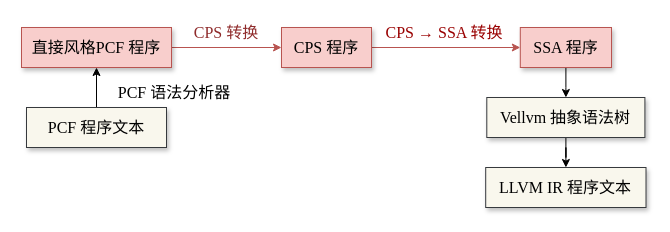
Earlier version of the draw.io diagram thesis/overview.drawio (ABigDoge/MyDiagrams). Source tidied: cells renumbered, new cells numbered last; positions are measured from the earlier drawing's top-left corner, leaving out a move shared by most shapes. Both pictures are drawn from the tidied source at 100%, with x=0, y=0 at pixel (21, 17).
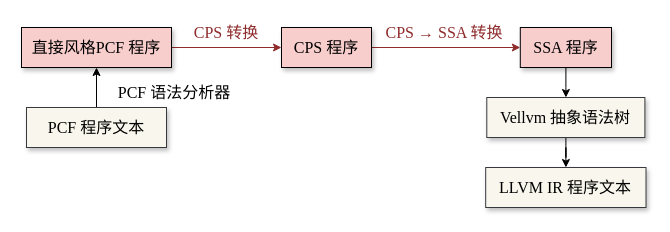
Above is the later version.

Diff of the diagram source:
```diff
@@
 <mxGraphModel>
   <root>
     <mxCell id="0" />
     <mxCell id="1" parent="0" />
-    <mxCell id="2" style="edgeStyle=orthogonalEdgeStyle;rounded=0;jettySize=auto;html=1;fillColor=#f8cecc;strokeColor=#b85450;" parent="1" edge="1" source="3" target="5">
+    <mxCell id="2" style="edgeStyle=orthogonalEdgeStyle;rounded=0;jettySize=auto;html=1;fillColor=#f8cecc;strokeColor=#8F2B2B;shadow=0;strokeWidth=1;" parent="1" edge="1" source="3" target="5">
       <mxGeometry relative="1" as="geometry" />
     </mxCell>
-    <mxCell id="3" value="&lt;span style=&quot;color: rgb(0, 0, 0); font-family: &amp;quot;Times New Roman&amp;quot;; font-size: 16px; font-style: normal; font-variant-ligatures: normal; font-variant-caps: normal; font-weight: 400; letter-spacing: normal; orphans: 2; text-align: center; text-indent: 0px; text-transform: none; widows: 2; word-spacing: 0px; -webkit-text-stroke-width: 0px; text-decoration-thickness: initial; text-decoration-style: initial; text-decoration-color: initial; float: none; display: inline !important;&quot;&gt;CPS 程序&lt;/span&gt;" style="rounded=0;whiteSpace=wrap;html=1;shadow=1;fillColor=#f8cecc;strokeColor=#b85450;labelBackgroundColor=none;" parent="1" vertex="1">
+    <mxCell id="3" value="&lt;span style=&quot;color: rgb(0, 0, 0); font-family: &amp;quot;Times New Roman&amp;quot;; font-size: 16px; font-style: normal; font-variant-ligatures: normal; font-variant-caps: normal; font-weight: 400; letter-spacing: normal; orphans: 2; text-align: center; text-indent: 0px; text-transform: none; widows: 2; word-spacing: 0px; -webkit-text-stroke-width: 0px; text-decoration-thickness: initial; text-decoration-style: initial; text-decoration-color: initial; float: none; display: inline !important;&quot;&gt;CPS 程序&lt;/span&gt;" style="rounded=0;whiteSpace=wrap;html=1;shadow=1;fillColor=#f8cecc;strokeColor=#000000;labelBackgroundColor=none;" parent="1" vertex="1">
       <mxGeometry x="260" y="10" width="90" height="40" as="geometry" />
     </mxCell>
     <mxCell id="4" style="edgeStyle=orthogonalEdgeStyle;rounded=0;jettySize=auto;html=1;" parent="1" edge="1" source="5" target="12">
       <mxGeometry relative="1" as="geometry" />
     </mxCell>
-    <mxCell id="5" value="&lt;font face=&quot;Times New Roman&quot;&gt;&lt;span style=&quot;font-size: 16px;&quot;&gt;SSA 程序&lt;/span&gt;&lt;/font&gt;" style="rounded=0;whiteSpace=wrap;html=1;shadow=1;fillColor=#f8cecc;strokeColor=#b85450;labelBackgroundColor=none;" parent="1" vertex="1">
+    <mxCell id="5" value="&lt;font face=&quot;Times New Roman&quot;&gt;&lt;span style=&quot;font-size: 16px;&quot;&gt;SSA 程序&lt;/span&gt;&lt;/font&gt;" style="rounded=0;whiteSpace=wrap;html=1;shadow=1;fillColor=#f8cecc;strokeColor=#000000;labelBackgroundColor=none;" parent="1" vertex="1">
       <mxGeometry x="498.8" y="10" width="91.2" height="40" as="geometry" />
     </mxCell>
-    <mxCell id="6" value="&lt;font style=&quot;font-size: 16px;&quot; face=&quot;Times New Roman&quot; color=&quot;#990000&quot;&gt;CPS → SSA 转换&lt;/font&gt;" style="text;html=1;strokeColor=none;fillColor=none;align=center;verticalAlign=middle;whiteSpace=wrap;rounded=0;" parent="1" vertex="1">
+    <mxCell id="6" value="&lt;font style=&quot;font-size: 16px;&quot; face=&quot;Times New Roman&quot;&gt;CPS → SSA 转换&lt;/font&gt;" style="text;html=1;strokeColor=none;fillColor=none;align=center;verticalAlign=middle;whiteSpace=wrap;rounded=0;fontColor=#8F2B2B;" parent="1" vertex="1">
       <mxGeometry x="360" width="126.2" height="30" as="geometry" />
     </mxCell>
-    <mxCell id="7" style="edgeStyle=orthogonalEdgeStyle;rounded=0;jettySize=auto;html=1;fillColor=#f8cecc;strokeColor=#b85450;" parent="1" edge="1" source="8" target="3">
+    <mxCell id="7" style="edgeStyle=orthogonalEdgeStyle;rounded=0;jettySize=auto;html=1;fillColor=#f8cecc;strokeColor=#8F2B2B;shadow=0;strokeWidth=1;" parent="1" edge="1" source="8" target="3">
       <mxGeometry relative="1" as="geometry" />
     </mxCell>
-    <mxCell id="8" value="直接风格PCF 程序" style="rounded=0;whiteSpace=wrap;html=1;labelBackgroundColor=none;fontFamily=Times New Roman;fontSize=16;shadow=1;fillColor=#f8cecc;strokeColor=#b85450;" parent="1" vertex="1">
+    <mxCell id="8" value="直接风格PCF 程序" style="rounded=0;whiteSpace=wrap;html=1;labelBackgroundColor=none;fontFamily=Times New Roman;fontSize=16;shadow=1;fillColor=#f8cecc;strokeColor=#000000;" parent="1" vertex="1">
       <mxGeometry y="10" width="150" height="40" as="geometry" />
     </mxCell>
     <mxCell id="9" style="edgeStyle=orthogonalEdgeStyle;rounded=0;jettySize=auto;html=1;" parent="1" edge="1" source="10" target="8">
       <mxGeometry relative="1" as="geometry" />
     </mxCell>
     <mxCell id="10" value="PCF 程序文本" style="rounded=0;whiteSpace=wrap;html=1;labelBackgroundColor=none;fontFamily=Times New Roman;fontSize=16;shadow=1;fillColor=#f9f7ed;strokeColor=#36393d;" parent="1" vertex="1">
       <mxGeometry x="5" y="90" width="140" height="40" as="geometry" />
     </mxCell>
     <mxCell id="11" style="edgeStyle=orthogonalEdgeStyle;rounded=0;jettySize=auto;html=1;" parent="1" edge="1" source="12" target="13">
       <mxGeometry relative="1" as="geometry" />
     </mxCell>
     <mxCell id="12" value="Vellvm 抽象语法树" style="rounded=0;whiteSpace=wrap;html=1;labelBackgroundColor=none;fontFamily=Times New Roman;fontSize=16;shadow=1;fillColor=#f9f7ed;strokeColor=#36393d;" parent="1" vertex="1">
       <mxGeometry x="465.3" y="80" width="158.1" height="40" as="geometry" />
     </mxCell>
     <mxCell id="13" value="LLVM IR 程序文本" style="rounded=0;whiteSpace=wrap;html=1;labelBackgroundColor=none;fontFamily=Times New Roman;fontSize=16;shadow=1;fillColor=#f9f7ed;strokeColor=#36393d;" parent="1" vertex="1">
       <mxGeometry x="464.2" y="150" width="160.3" height="40" as="geometry" />
     </mxCell>
     <mxCell id="14" value="PCF 语法分析器" style="text;html=1;strokeColor=none;fillColor=none;align=center;verticalAlign=middle;whiteSpace=wrap;rounded=0;fontSize=16;fontFamily=Times New Roman;fontColor=#000000;" parent="1" vertex="1">
       <mxGeometry x="92.5" y="60" width="120" height="30" as="geometry" />
     </mxCell>
-    <mxCell id="15" value="&lt;font color=&quot;#8f2b2b&quot;&gt;CPS 转换&lt;/font&gt;" style="text;html=1;strokeColor=none;fillColor=none;align=center;verticalAlign=middle;whiteSpace=wrap;rounded=0;fontSize=16;fontFamily=Times New Roman;fontColor=#000000;" parent="1" vertex="1">
+    <mxCell id="15" value="&lt;font&gt;CPS 转换&lt;/font&gt;" style="text;html=1;strokeColor=none;fillColor=none;align=center;verticalAlign=middle;whiteSpace=wrap;rounded=0;fontSize=16;fontFamily=Times New Roman;fontColor=#8F2B2B;" parent="1" vertex="1">
       <mxGeometry x="160" width="90" height="30" as="geometry" />
     </mxCell>
   </root>
 </mxGraphModel>
```
